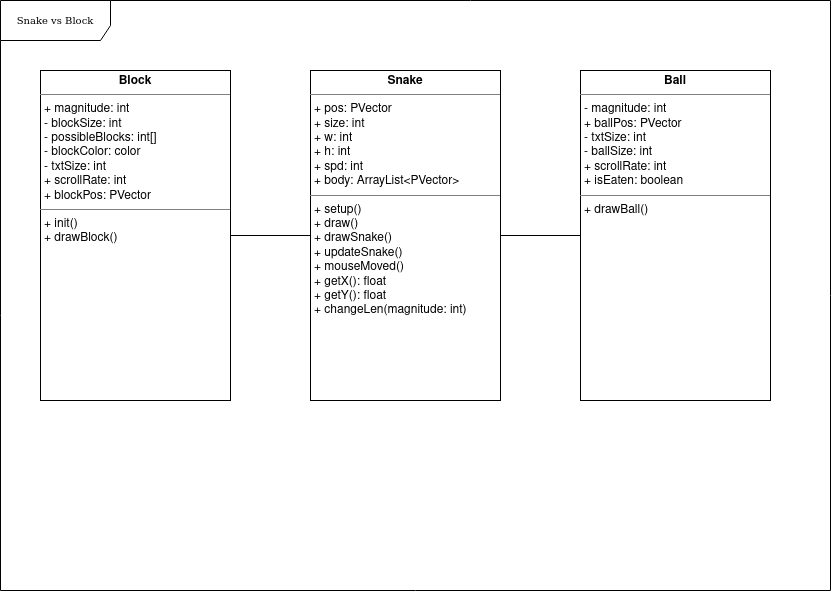
Above: ouruml.png in madeline-lei/final_project (draw.io), before the change. Source tidied: cells renumbered, new cells last; positions are measured from the earlier drawing's top-left corner, leaving out a move shared by most shapes.
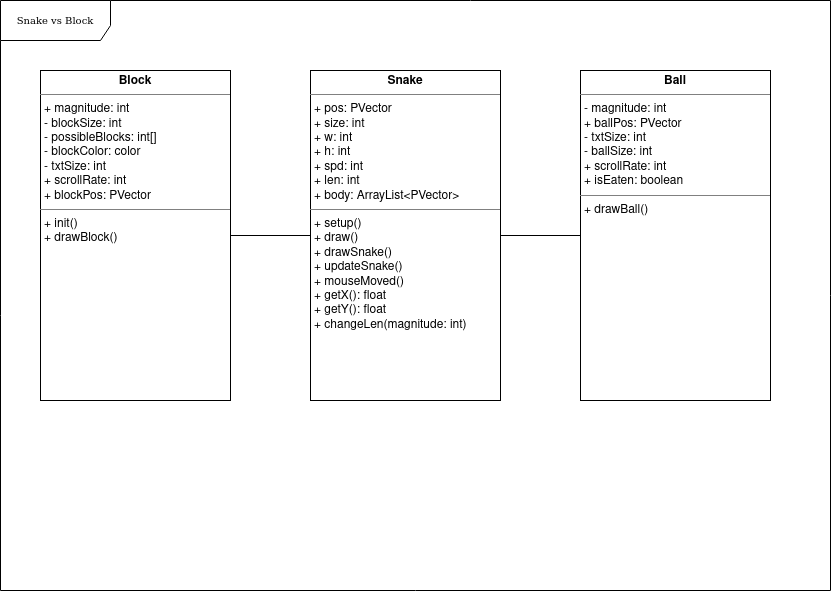
After the commit.

Change to the diagram source:
```diff
@@ -11,7 +11,7 @@
     <mxCell id="4" style="edgeStyle=orthogonalEdgeStyle;rounded=0;jettySize=auto;html=1;endArrow=none;endFill=0;" parent="1" edge="1" source="5" target="6">
       <mxGeometry relative="1" as="geometry" />
     </mxCell>
-    <mxCell id="5" value="&lt;p style=&quot;margin:0px;margin-top:4px;text-align:center;&quot;&gt;&lt;b&gt;Snake&lt;/b&gt;&lt;/p&gt;&lt;hr size=&quot;1&quot;&gt;&lt;p style=&quot;margin:0px;margin-left:4px;&quot;&gt;+ pos: PVector&lt;/p&gt;&lt;p style=&quot;margin:0px;margin-left:4px;&quot;&gt;+ size: int&lt;/p&gt;&lt;p style=&quot;margin:0px;margin-left:4px;&quot;&gt;+ w: int&lt;/p&gt;&lt;p style=&quot;margin:0px;margin-left:4px;&quot;&gt;+ h: int&lt;/p&gt;&lt;p style=&quot;margin:0px;margin-left:4px;&quot;&gt;+ spd: int&lt;br&gt;&lt;/p&gt;&lt;p style=&quot;margin:0px;margin-left:4px;&quot;&gt;+ body: ArrayList&amp;lt;PVector&amp;gt;&lt;/p&gt;&lt;hr size=&quot;1&quot;&gt;&lt;p style=&quot;margin:0px;margin-left:4px;&quot;&gt;+ setup()&lt;/p&gt;&lt;p style=&quot;margin:0px;margin-left:4px;&quot;&gt;+ draw()&lt;/p&gt;&lt;p style=&quot;margin:0px;margin-left:4px;&quot;&gt;+ drawSnake()&lt;/p&gt;&lt;p style=&quot;margin:0px;margin-left:4px;&quot;&gt;+ updateSnake()&lt;/p&gt;&lt;p style=&quot;margin:0px;margin-left:4px;&quot;&gt;+ mouseMoved()&lt;/p&gt;&lt;p style=&quot;margin:0px;margin-left:4px;&quot;&gt;+ getX(): float&lt;/p&gt;&lt;p style=&quot;margin:0px;margin-left:4px;&quot;&gt;+ getY(): float&lt;/p&gt;&lt;p style=&quot;margin:0px;margin-left:4px;&quot;&gt;+ changeLen(magnitude: int)&lt;br&gt;&lt;/p&gt;&lt;p style=&quot;margin:0px;margin-left:4px;&quot;&gt;&lt;br&gt;&lt;/p&gt;" style="verticalAlign=top;align=left;overflow=fill;fontSize=12;fontFamily=Helvetica;html=1;rounded=0;shadow=0;comic=0;labelBackgroundColor=none;strokeWidth=1;" parent="1" vertex="1">
+    <mxCell id="5" value="&lt;p style=&quot;margin:0px;margin-top:4px;text-align:center;&quot;&gt;&lt;b&gt;Snake&lt;/b&gt;&lt;/p&gt;&lt;hr size=&quot;1&quot;&gt;&lt;p style=&quot;margin:0px;margin-left:4px;&quot;&gt;+ pos: PVector&lt;/p&gt;&lt;p style=&quot;margin:0px;margin-left:4px;&quot;&gt;+ size: int&lt;/p&gt;&lt;p style=&quot;margin:0px;margin-left:4px;&quot;&gt;+ w: int&lt;/p&gt;&lt;p style=&quot;margin:0px;margin-left:4px;&quot;&gt;+ h: int&lt;/p&gt;&lt;p style=&quot;margin:0px;margin-left:4px;&quot;&gt;+ spd: int&lt;/p&gt;&lt;p style=&quot;margin:0px;margin-left:4px;&quot;&gt;+ len: int&lt;br&gt;&lt;/p&gt;&lt;p style=&quot;margin:0px;margin-left:4px;&quot;&gt;+ body: ArrayList&amp;lt;PVector&amp;gt;&lt;/p&gt;&lt;hr size=&quot;1&quot;&gt;&lt;p style=&quot;margin:0px;margin-left:4px;&quot;&gt;+ setup()&lt;/p&gt;&lt;p style=&quot;margin:0px;margin-left:4px;&quot;&gt;+ draw()&lt;/p&gt;&lt;p style=&quot;margin:0px;margin-left:4px;&quot;&gt;+ drawSnake()&lt;/p&gt;&lt;p style=&quot;margin:0px;margin-left:4px;&quot;&gt;+ updateSnake()&lt;/p&gt;&lt;p style=&quot;margin:0px;margin-left:4px;&quot;&gt;+ mouseMoved()&lt;/p&gt;&lt;p style=&quot;margin:0px;margin-left:4px;&quot;&gt;+ getX(): float&lt;/p&gt;&lt;p style=&quot;margin:0px;margin-left:4px;&quot;&gt;+ getY(): float&lt;/p&gt;&lt;p style=&quot;margin:0px;margin-left:4px;&quot;&gt;+ changeLen(magnitude: int)&lt;br&gt;&lt;/p&gt;&lt;p style=&quot;margin:0px;margin-left:4px;&quot;&gt;&lt;br&gt;&lt;/p&gt;" style="verticalAlign=top;align=left;overflow=fill;fontSize=12;fontFamily=Helvetica;html=1;rounded=0;shadow=0;comic=0;labelBackgroundColor=none;strokeWidth=1;" parent="1" vertex="1">
       <mxGeometry x="310" y="70" width="190" height="330" as="geometry" />
     </mxCell>
     <mxCell id="6" value="&lt;p style=&quot;margin:0px;margin-top:4px;text-align:center;&quot;&gt;&lt;b&gt;Block&lt;/b&gt;&lt;/p&gt;&lt;hr size=&quot;1&quot;&gt;&lt;p style=&quot;margin:0px;margin-left:4px;&quot;&gt;+ magnitude: int&lt;/p&gt;&lt;p style=&quot;margin:0px;margin-left:4px;&quot;&gt;- blockSize: int&lt;/p&gt;&lt;p style=&quot;margin:0px;margin-left:4px;&quot;&gt;- possibleBlocks: int[]&lt;/p&gt;&lt;p style=&quot;margin:0px;margin-left:4px;&quot;&gt;- blockColor: color&lt;/p&gt;&lt;p style=&quot;margin:0px;margin-left:4px;&quot;&gt;- txtSize: int&lt;/p&gt;&lt;p style=&quot;margin:0px;margin-left:4px;&quot;&gt;+ scrollRate: int&lt;/p&gt;&lt;p style=&quot;margin:0px;margin-left:4px;&quot;&gt;+ blockPos: PVector&lt;br&gt;&lt;/p&gt;&lt;hr size=&quot;1&quot;&gt;&lt;p style=&quot;margin:0px;margin-left:4px;&quot;&gt;+ init()&lt;/p&gt;&lt;p style=&quot;margin:0px;margin-left:4px;&quot;&gt;+ drawBlock()&lt;/p&gt;" style="verticalAlign=top;align=left;overflow=fill;fontSize=12;fontFamily=Helvetica;html=1;rounded=0;shadow=0;comic=0;labelBackgroundColor=none;strokeWidth=1;" parent="1" vertex="1">
```
